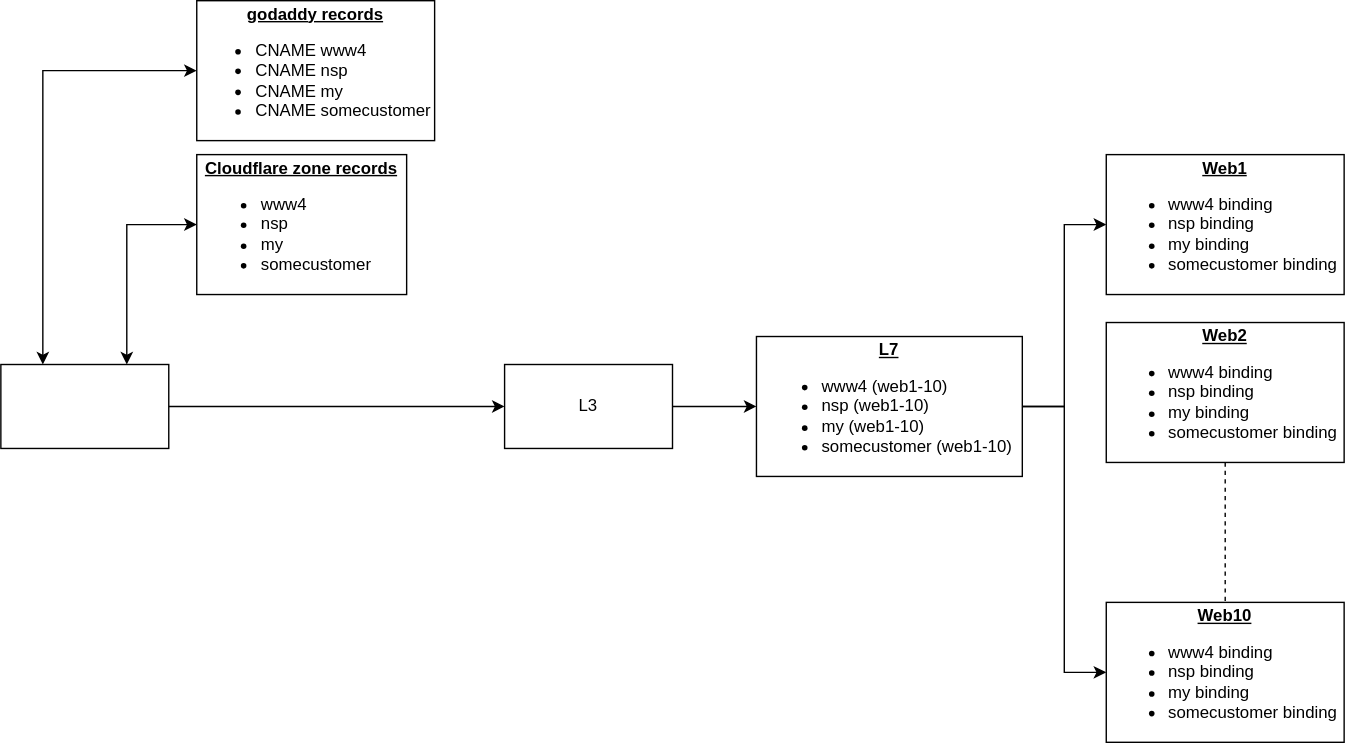
Earlier version of the draw.io export infra/Subdomaintouchpoints.svg (vjavle/invoicecloud). Source tidied: cells renumbered, new cells last; positions are measured from the earlier drawing's top-left corner, leaving out a move shared by most shapes.
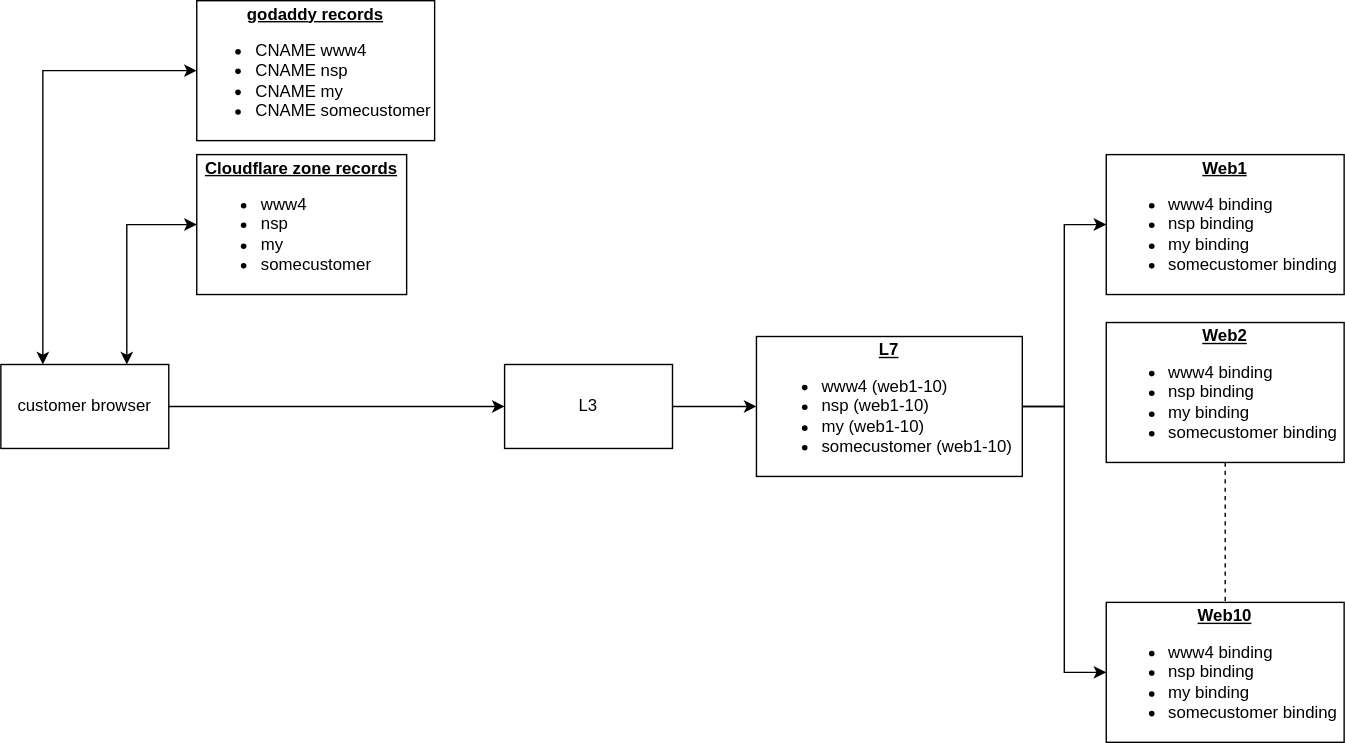
After the commit.

What changed in the source:
```diff
@@ -11,7 +11,7 @@
     <mxCell id="4" style="edgeStyle=orthogonalEdgeStyle;rounded=0;jettySize=auto;html=1;startArrow=none;startFill=0;" parent="1" edge="1" source="5" target="9">
       <mxGeometry relative="1" as="geometry" />
     </mxCell>
-    <mxCell id="5" style="rounded=0;whiteSpace=wrap;html=1;" parent="1" vertex="1">
+    <mxCell id="5" value="customer browser" style="rounded=0;whiteSpace=wrap;html=1;" parent="1" vertex="1">
       <mxGeometry y="260" width="120" height="60" as="geometry" />
     </mxCell>
     <mxCell id="6" value="&lt;b&gt;&lt;u&gt;godaddy records&lt;/u&gt;&lt;/b&gt;&lt;br&gt;&lt;ul&gt;&lt;li style=&quot;text-align: left&quot;&gt;CNAME www4&lt;/li&gt;&lt;li style=&quot;text-align: left&quot;&gt;CNAME nsp&lt;/li&gt;&lt;li style=&quot;text-align: left&quot;&gt;CNAME my&lt;/li&gt;&lt;li style=&quot;text-align: left&quot;&gt;CNAME somecustomer&lt;/li&gt;&lt;/ul&gt;" style="rounded=0;whiteSpace=wrap;html=1;" parent="1" vertex="1">
```
